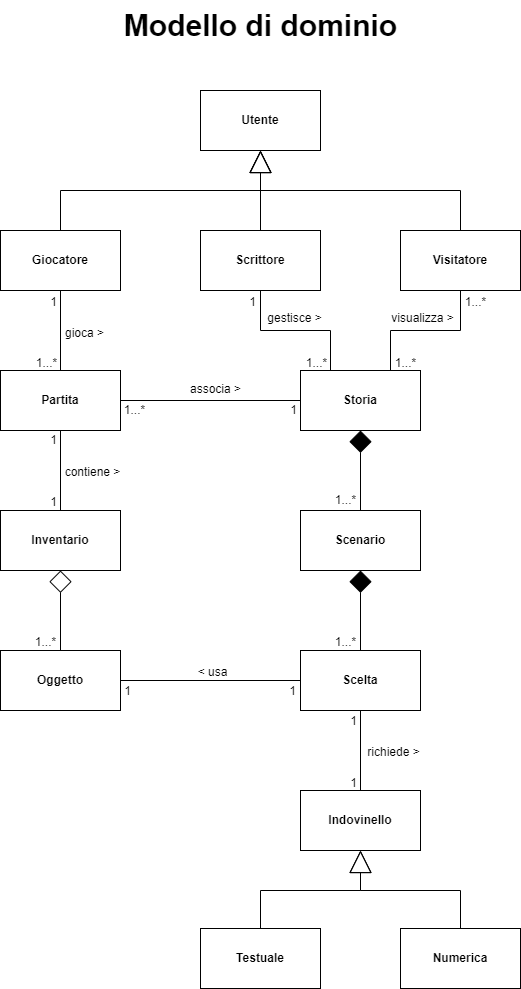
ngljcb/px-interactive-story keeps this draw.io diagram as uml/dominio.png. Above is the earlier version. Source tidied: cells renumbered, new cells last; positions are measured from the earlier drawing's top-left corner, leaving out a move shared by most shapes.
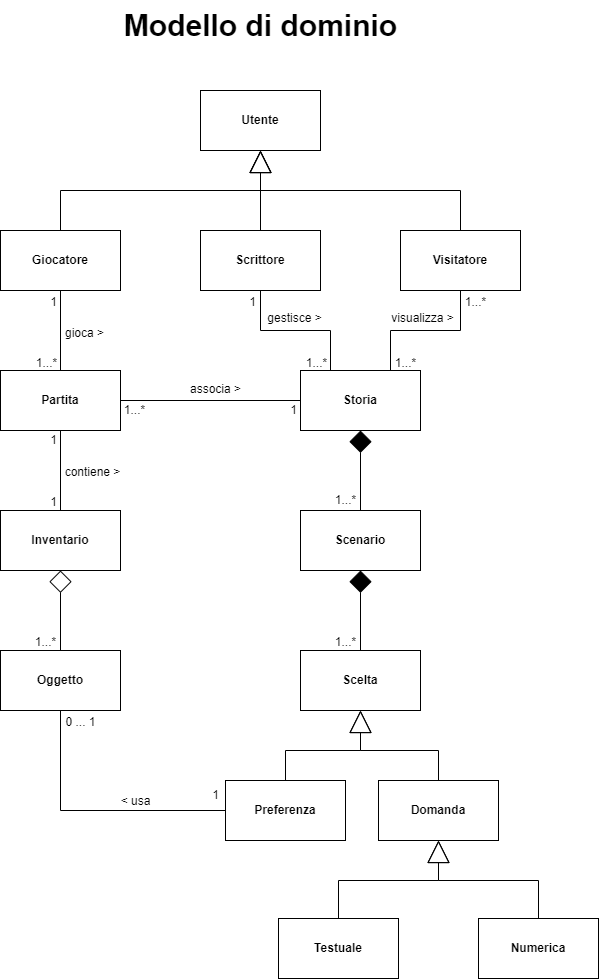
The same file after the commit.

Commit message:
update domain model

What changed in the source:
```diff
@@ -80,42 +80,51 @@
     <mxCell id="20" value="&lt;b&gt;Scenario&lt;/b&gt;" style="rounded=0;whiteSpace=wrap;html=1;shadow=0;" parent="1" vertex="1">
       <mxGeometry x="300" y="510" width="120" height="60" as="geometry" />
     </mxCell>
-    <mxCell id="21" style="edgeStyle=none;rounded=0;html=1;entryX=1;entryY=0.5;entryDx=0;entryDy=0;endArrow=none;endFill=0;endSize=20;shadow=0;" parent="1" edge="1" source="23" target="24">
-      <mxGeometry relative="1" as="geometry" />
+    <mxCell id="21" style="edgeStyle=none;rounded=0;html=1;entryX=0.5;entryY=1;entryDx=0;entryDy=0;endArrow=none;endFill=0;endSize=20;shadow=0;exitX=0;exitY=0.5;exitDx=0;exitDy=0;" parent="1" edge="1" source="63" target="24">
+      <mxGeometry relative="1" as="geometry">
+        <Array as="points">
+          <mxPoint x="60" y="810" />
+        </Array>
+      </mxGeometry>
     </mxCell>
-    <mxCell id="22" style="edgeStyle=none;rounded=0;html=1;exitX=0.5;exitY=1;exitDx=0;exitDy=0;entryX=0.5;entryY=0;entryDx=0;entryDy=0;endArrow=none;endFill=0;endSize=20;shadow=0;" parent="1" edge="1" source="23" target="25">
-      <mxGeometry relative="1" as="geometry" />
-    </mxCell>
     <mxCell id="23" value="&lt;b&gt;Scelta&lt;/b&gt;" style="rounded=0;whiteSpace=wrap;html=1;shadow=0;" parent="1" vertex="1">
       <mxGeometry x="300" y="650" width="120" height="60" as="geometry" />
     </mxCell>
     <mxCell id="24" value="&lt;b&gt;Oggetto&lt;/b&gt;" style="rounded=0;whiteSpace=wrap;html=1;shadow=0;" parent="1" vertex="1">
       <mxGeometry y="650" width="120" height="60" as="geometry" />
     </mxCell>
+    <mxCell id="61" style="edgeStyle=none;html=1;entryX=0.5;entryY=1;entryDx=0;entryDy=0;endArrow=block;endFill=0;rounded=0;startSize=6;endSize=20;" parent="1" edge="1" source="25" target="23">
+      <mxGeometry relative="1" as="geometry">
+        <Array as="points">
+          <mxPoint x="438" y="750" />
+          <mxPoint x="360" y="750" />
+        </Array>
+      </mxGeometry>
+    </mxCell>
-    <mxCell id="25" value="&lt;b&gt;Indovinello&lt;/b&gt;" style="rounded=0;whiteSpace=wrap;html=1;shadow=0;" parent="1" vertex="1">
-      <mxGeometry x="300" y="790" width="120" height="60" as="geometry" />
+    <mxCell id="25" value="&lt;b&gt;Domanda&lt;/b&gt;" style="rounded=0;whiteSpace=wrap;html=1;shadow=0;" parent="1" vertex="1">
+      <mxGeometry x="378" y="780" width="120" height="60" as="geometry" />
     </mxCell>
     <mxCell id="26" style="edgeStyle=none;rounded=0;html=1;entryX=0.5;entryY=1;entryDx=0;entryDy=0;endArrow=block;endFill=0;endSize=20;shadow=0;" parent="1" edge="1" source="27" target="25">
       <mxGeometry relative="1" as="geometry">
         <Array as="points">
-          <mxPoint x="260" y="890" />
-          <mxPoint x="360" y="890" />
+          <mxPoint x="338" y="880" />
+          <mxPoint x="438" y="880" />
         </Array>
       </mxGeometry>
     </mxCell>
     <mxCell id="27" value="&lt;b&gt;Testuale&lt;/b&gt;" style="rounded=0;whiteSpace=wrap;html=1;shadow=0;" parent="1" vertex="1">
-      <mxGeometry x="200" y="928" width="120" height="60" as="geometry" />
+      <mxGeometry x="278" y="918" width="120" height="60" as="geometry" />
     </mxCell>
     <mxCell id="28" style="edgeStyle=none;rounded=0;html=1;endArrow=block;endFill=0;endSize=20;shadow=0;" parent="1" edge="1" source="29" target="25">
       <mxGeometry relative="1" as="geometry">
         <Array as="points">
-          <mxPoint x="460" y="890" />
-          <mxPoint x="360" y="890" />
+          <mxPoint x="538" y="880" />
+          <mxPoint x="438" y="880" />
         </Array>
       </mxGeometry>
     </mxCell>
     <mxCell id="29" value="&lt;b&gt;Numerica&lt;/b&gt;" style="rounded=0;whiteSpace=wrap;html=1;shadow=0;" parent="1" vertex="1">
-      <mxGeometry x="400" y="928" width="120" height="60" as="geometry" />
+      <mxGeometry x="478" y="918" width="120" height="60" as="geometry" />
     </mxCell>
     <mxCell id="30" value="1...*" style="text;html=1;align=center;verticalAlign=middle;strokeColor=none;fillColor=none;shadow=0;" parent="1" vertex="1">
       <mxGeometry x="455" y="287" width="40" height="30" as="geometry" />
@@ -156,17 +165,11 @@
     <mxCell id="42" value="1...*" style="text;html=1;align=center;verticalAlign=middle;strokeColor=none;fillColor=none;shadow=0;" parent="1" vertex="1">
       <mxGeometry x="25" y="627" width="40" height="30" as="geometry" />
     </mxCell>
-    <mxCell id="43" value="1" style="text;html=1;align=center;verticalAlign=middle;strokeColor=none;fillColor=none;shadow=0;" parent="1" vertex="1">
-      <mxGeometry x="338" y="706" width="30" height="30" as="geometry" />
-    </mxCell>
-    <mxCell id="44" value="1" style="text;html=1;align=center;verticalAlign=middle;strokeColor=none;fillColor=none;shadow=0;" parent="1" vertex="1">
-      <mxGeometry x="338" y="768" width="30" height="30" as="geometry" />
-    </mxCell>
-    <mxCell id="45" value="1" style="text;html=1;align=center;verticalAlign=middle;strokeColor=none;fillColor=none;shadow=0;" parent="1" vertex="1">
-      <mxGeometry x="112" y="676" width="30" height="30" as="geometry" />
+    <mxCell id="45" value="0 ... 1" style="text;html=1;align=center;verticalAlign=middle;strokeColor=none;fillColor=none;shadow=0;" parent="1" vertex="1">
+      <mxGeometry x="55" y="707" width="50" height="30" as="geometry" />
     </mxCell>
     <mxCell id="46" value="1" style="text;html=1;align=center;verticalAlign=middle;strokeColor=none;fillColor=none;shadow=0;" parent="1" vertex="1">
-      <mxGeometry x="277" y="676" width="30" height="30" as="geometry" />
+      <mxGeometry x="200" y="780" width="30" height="30" as="geometry" />
     </mxCell>
     <mxCell id="47" value="&lt;b&gt;Utente&lt;/b&gt;" style="rounded=0;whiteSpace=wrap;html=1;shadow=0;" parent="1" vertex="1">
       <mxGeometry x="200" y="90" width="120" height="60" as="geometry" />
@@ -202,13 +205,21 @@
       <mxGeometry x="52" y="457" width="80" height="30" as="geometry" />
     </mxCell>
     <mxCell id="58" value="&amp;lt; usa" style="text;html=1;align=center;verticalAlign=middle;strokeColor=none;fillColor=none;shadow=0;" parent="1" vertex="1">
-      <mxGeometry x="187" y="657" width="50" height="30" as="geometry" />
+      <mxGeometry x="110" y="786" width="50" height="30" as="geometry" />
     </mxCell>
-    <mxCell id="59" value="richiede &amp;gt;" style="text;html=1;align=center;verticalAlign=middle;strokeColor=none;fillColor=none;shadow=0;" parent="1" vertex="1">
-      <mxGeometry x="353" y="737" width="80" height="30" as="geometry" />
-    </mxCell>
     <mxCell id="60" value="&lt;b&gt;&lt;font style=&quot;font-size: 30px;&quot;&gt;Modello di dominio&lt;/font&gt;&lt;/b&gt;" style="text;html=1;align=center;verticalAlign=middle;strokeColor=none;fillColor=none;" parent="1" vertex="1">
       <mxGeometry x="110" width="300" height="50" as="geometry" />
     </mxCell>
+    <mxCell id="62" style="edgeStyle=none;html=1;entryX=0.5;entryY=1;entryDx=0;entryDy=0;endArrow=block;endFill=0;exitX=0.5;exitY=0;exitDx=0;exitDy=0;rounded=0;endSize=20;" parent="1" edge="1" source="63" target="23">
+      <mxGeometry relative="1" as="geometry">
+        <Array as="points">
+          <mxPoint x="285" y="750" />
+          <mxPoint x="360" y="750" />
+        </Array>
+      </mxGeometry>
+    </mxCell>
+    <mxCell id="63" value="&lt;b&gt;Preferenza&lt;/b&gt;" style="rounded=0;whiteSpace=wrap;html=1;shadow=0;" parent="1" vertex="1">
+      <mxGeometry x="225" y="780" width="120" height="60" as="geometry" />
+    </mxCell>
   </root>
 </mxGraphModel>
```
